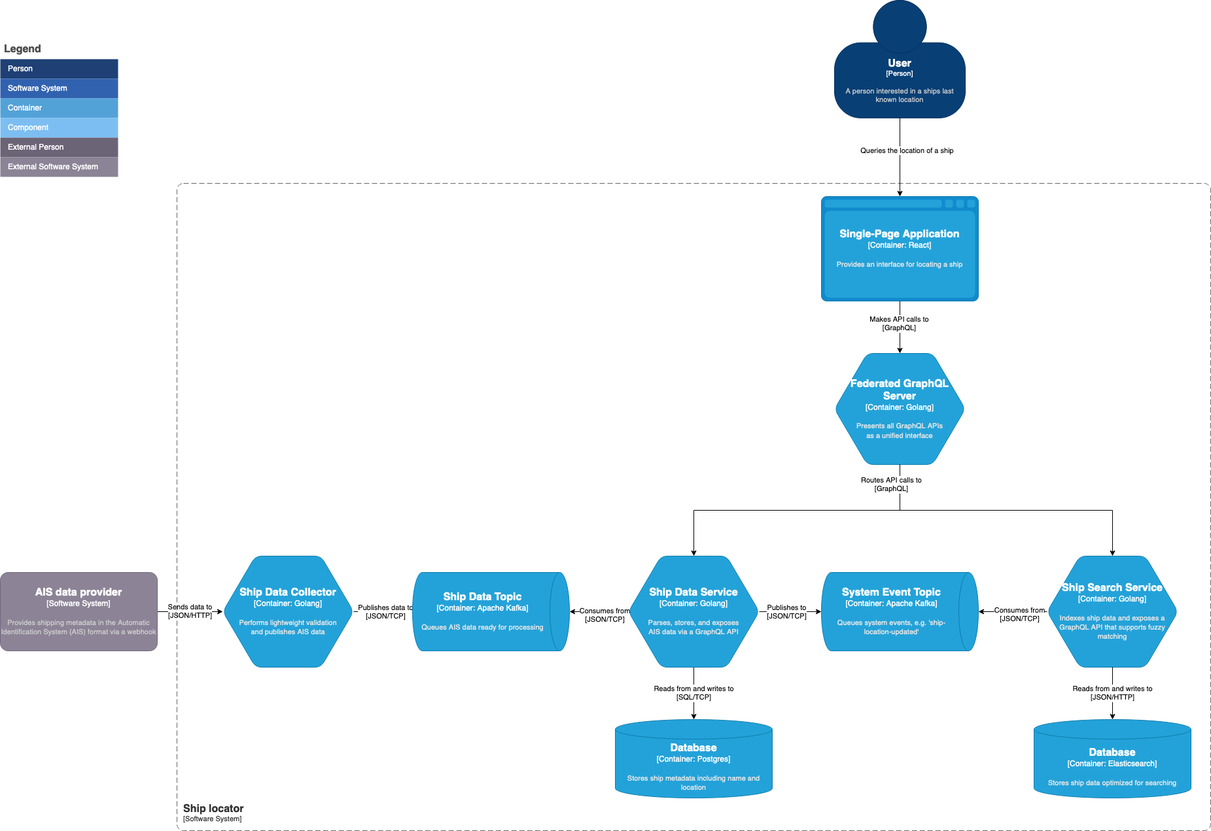
Earlier version of the draw.io export images/ship-locator-container-diagram.png (mikeewhite/ship-locator). Source tidied: cells renumbered, new cells last; positions are measured from the earlier drawing's top-left corner, leaving out a move shared by most shapes.
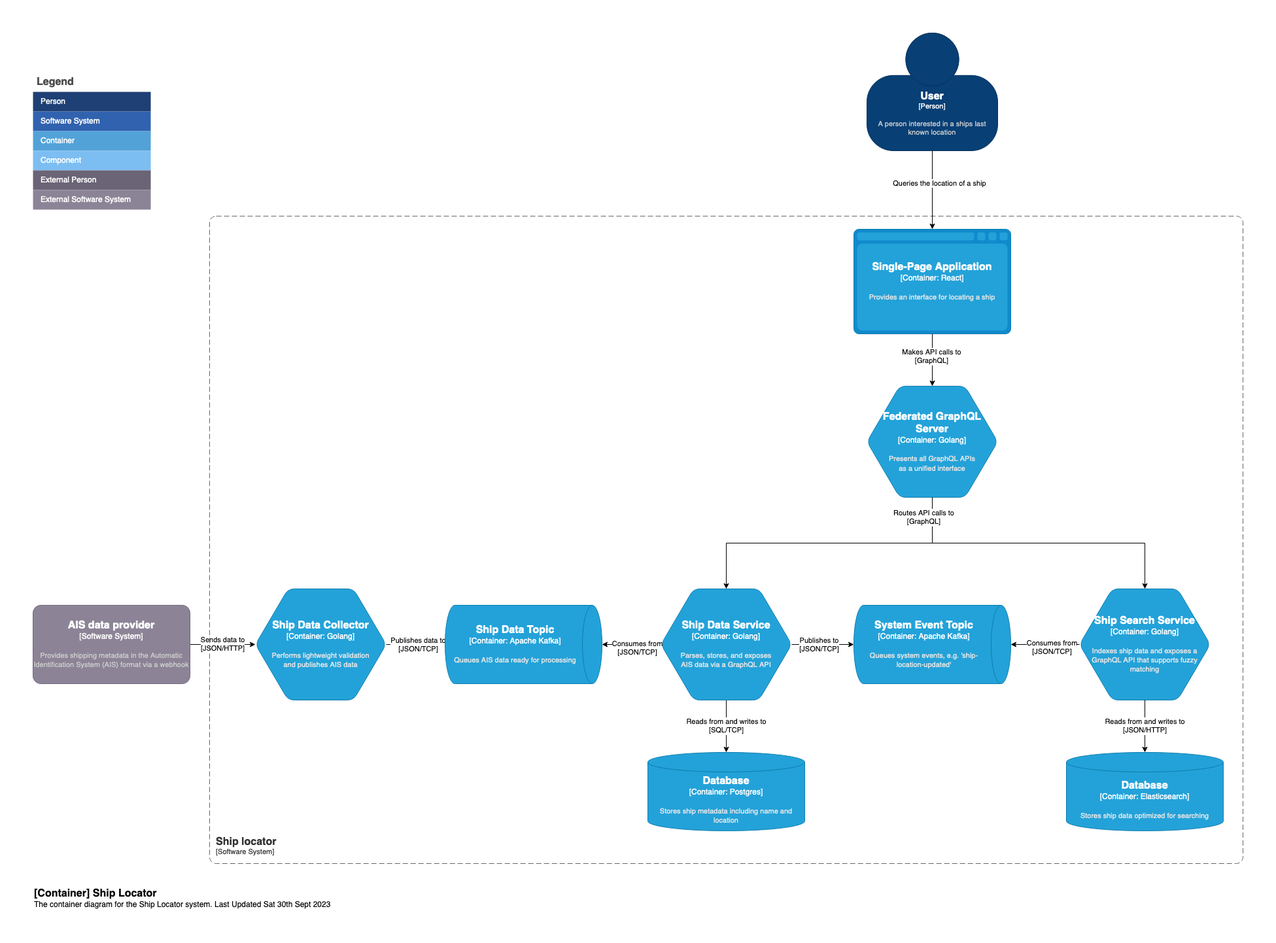
Later version of the same file.

Commit message:
Update architecture diagram (#15)

Diff of the diagram source:
```diff
@@ -165,5 +165,10 @@
     <mxCell id="44" value="&lt;div&gt;Consumes from&lt;/div&gt;&lt;div&gt;[JSON/TCP]&lt;br&gt;&lt;/div&gt;" style="edgeLabel;html=1;align=center;verticalAlign=middle;" parent="43" vertex="1">
       <mxGeometry x="-0.14" y="5" relative="1" as="geometry" />
     </mxCell>
+    <object id="45" label="&lt;font style=&quot;font-size: 16px&quot;&gt;&lt;b&gt;&lt;div style=&quot;text-align: left&quot;&gt;%c4Name%&lt;/div&gt;&lt;/b&gt;&lt;/font&gt;&lt;div style=&quot;text-align: left&quot;&gt;%c4Description%&lt;/div&gt;" c4Description="The container diagram for the Ship Locator system. Last Updated Sat 30th Sept 2023" c4Name="[Container] Ship Locator" c4Type="ContainerDiagramTitle" placeholders="1">
+      <mxCell style="text;html=1;strokeColor=none;fillColor=none;align=left;verticalAlign=top;whiteSpace=wrap;rounded=0;" parent="1" vertex="1">
+        <mxGeometry y="1300" width="560" height="40" as="geometry" />
+      </mxCell>
+    </object>
   </root>
 </mxGraphModel>
```
